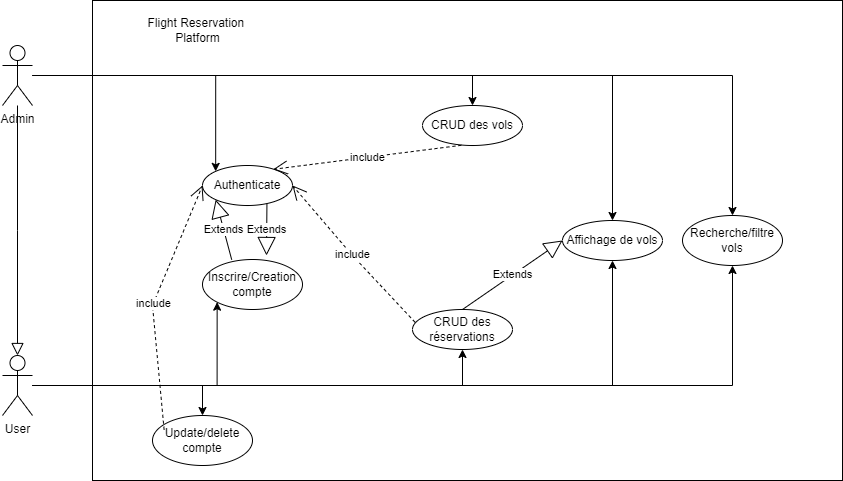
mehdilagdimi/Flight-Resevation-Platform keeps this draw.io diagram as UML Conception/Use case diagram.png. Above is the earlier version. Source tidied: cells renumbered, new cells last; positions are measured from the earlier drawing's top-left corner, leaving out a move shared by most shapes. The source it was exported from:
```xml
<mxGraphModel>
  <root>
    <mxCell id="0" />
    <mxCell id="1" parent="0" />
    <mxCell id="2" style="rounded=0;whiteSpace=wrap;html=1;flipH=1;flipV=0;" parent="1" vertex="1">
      <mxGeometry x="90" width="750" height="480" as="geometry" />
    </mxCell>
    <mxCell id="3" style="edgeStyle=orthogonalEdgeStyle;rounded=0;jettySize=auto;html=1;entryX=0;entryY=0;entryDx=0;entryDy=0;" parent="1" edge="1" source="7" target="14">
      <mxGeometry relative="1" as="geometry" />
    </mxCell>
    <mxCell id="4" style="edgeStyle=orthogonalEdgeStyle;rounded=0;jettySize=auto;html=1;entryX=0.5;entryY=0;entryDx=0;entryDy=0;" parent="1" edge="1" source="7" target="15">
      <mxGeometry relative="1" as="geometry" />
    </mxCell>
    <mxCell id="5" style="edgeStyle=orthogonalEdgeStyle;rounded=0;jettySize=auto;html=1;entryX=0.5;entryY=0;entryDx=0;entryDy=0;" parent="1" edge="1" source="7" target="18">
      <mxGeometry relative="1" as="geometry" />
    </mxCell>
    <mxCell id="6" style="edgeStyle=orthogonalEdgeStyle;rounded=0;jettySize=auto;html=1;" parent="1" edge="1" source="7" target="19">
      <mxGeometry relative="1" as="geometry" />
    </mxCell>
    <mxCell id="7" value="Admin&lt;br&gt;" style="shape=umlActor;verticalLabelPosition=bottom;verticalAlign=top;html=1;outlineConnect=0;" parent="1" vertex="1">
      <mxGeometry y="45" width="30" height="60" as="geometry" />
    </mxCell>
    <mxCell id="8" style="edgeStyle=orthogonalEdgeStyle;rounded=0;jettySize=auto;html=1;entryX=0;entryY=1;entryDx=0;entryDy=0;" parent="1" edge="1" source="13" target="16">
      <mxGeometry relative="1" as="geometry" />
    </mxCell>
    <mxCell id="9" style="edgeStyle=orthogonalEdgeStyle;rounded=0;jettySize=auto;html=1;entryX=0.5;entryY=1;entryDx=0;entryDy=0;" parent="1" edge="1" source="13" target="17">
      <mxGeometry relative="1" as="geometry" />
    </mxCell>
    <mxCell id="10" style="edgeStyle=orthogonalEdgeStyle;rounded=0;jettySize=auto;html=1;entryX=0.5;entryY=1;entryDx=0;entryDy=0;" parent="1" edge="1" source="13" target="18">
      <mxGeometry relative="1" as="geometry" />
    </mxCell>
    <mxCell id="11" style="edgeStyle=orthogonalEdgeStyle;rounded=0;jettySize=auto;html=1;entryX=0.5;entryY=1;entryDx=0;entryDy=0;" parent="1" edge="1" source="13" target="19">
      <mxGeometry relative="1" as="geometry" />
    </mxCell>
    <mxCell id="12" style="edgeStyle=orthogonalEdgeStyle;rounded=0;jettySize=auto;html=1;entryX=0.5;entryY=0;entryDx=0;entryDy=0;" parent="1" edge="1" source="13" target="20">
      <mxGeometry relative="1" as="geometry" />
    </mxCell>
    <mxCell id="13" value="User" style="shape=umlActor;verticalLabelPosition=bottom;verticalAlign=top;html=1;outlineConnect=0;" parent="1" vertex="1">
      <mxGeometry y="355" width="30" height="60" as="geometry" />
    </mxCell>
    <mxCell id="14" value="Authenticate" style="ellipse;whiteSpace=wrap;html=1;align=center;" parent="1" vertex="1">
      <mxGeometry x="200" y="165" width="90" height="40" as="geometry" />
    </mxCell>
    <mxCell id="15" value="CRUD des vols" style="ellipse;whiteSpace=wrap;html=1;align=center;" parent="1" vertex="1">
      <mxGeometry x="420" y="105" width="100" height="40" as="geometry" />
    </mxCell>
    <mxCell id="16" value="Inscrire/Creation compte" style="ellipse;whiteSpace=wrap;html=1;align=center;" parent="1" vertex="1">
      <mxGeometry x="200" y="259" width="100" height="50" as="geometry" />
    </mxCell>
    <mxCell id="17" value="CRUD des réservations" style="ellipse;whiteSpace=wrap;html=1;align=center;" parent="1" vertex="1">
      <mxGeometry x="410" y="309" width="100" height="40" as="geometry" />
    </mxCell>
    <mxCell id="18" value="Affichage de vols" style="ellipse;whiteSpace=wrap;html=1;align=center;" parent="1" vertex="1">
      <mxGeometry x="560" y="220" width="100" height="40" as="geometry" />
    </mxCell>
    <mxCell id="19" value="Recherche/filtre vols" style="ellipse;whiteSpace=wrap;html=1;align=center;" parent="1" vertex="1">
      <mxGeometry x="680" y="215" width="100" height="50" as="geometry" />
    </mxCell>
    <mxCell id="20" value="Update/delete compte" style="ellipse;whiteSpace=wrap;html=1;align=center;" parent="1" vertex="1">
      <mxGeometry x="150" y="415" width="100" height="50" as="geometry" />
    </mxCell>
    <mxCell id="21" value="Flight Reservation &lt;br&gt;Platform" style="text;html=1;align=center;verticalAlign=middle;fillColor=none;strokeColor=none;rounded=0;" parent="1" vertex="1">
      <mxGeometry x="140" y="15" width="110" height="30" as="geometry" />
    </mxCell>
    <mxCell id="22" style="endArrow=block;endSize=10;endFill=0;shadow=0;strokeWidth=1;rounded=0;edgeStyle=elbowEdgeStyle;elbow=vertical;entryX=0.5;entryY=0;entryDx=0;entryDy=0;entryPerimeter=0;" parent="1" edge="1" source="7" target="13">
      <mxGeometry relative="1" as="geometry" />
    </mxCell>
    <mxCell id="23" value="Extends" style="endArrow=block;endSize=16;endFill=0;html=1;rounded=0;exitX=0.5;exitY=0;exitDx=0;exitDy=0;entryX=0;entryY=0.5;entryDx=0;entryDy=0;" parent="1" edge="1" source="17" target="18">
      <mxGeometry relative="1" as="geometry" />
    </mxCell>
    <mxCell id="24" value="Extends" style="endArrow=block;endSize=16;endFill=0;html=1;rounded=0;entryX=0;entryY=1;entryDx=0;entryDy=0;exitX=0.292;exitY=0.004;exitDx=0;exitDy=0;exitPerimeter=0;" parent="1" edge="1" source="16" target="14">
      <mxGeometry relative="1" as="geometry" />
    </mxCell>
    <mxCell id="25" value="include" style="endArrow=open;endSize=12;dashed=1;html=1;rounded=0;exitX=0.024;exitY=0.315;exitDx=0;exitDy=0;exitPerimeter=0;entryX=1;entryY=0.5;entryDx=0;entryDy=0;" parent="1" edge="1" source="17" target="14">
      <mxGeometry relative="1" as="geometry">
        <Array as="points">
          <mxPoint x="350" y="255" />
        </Array>
      </mxGeometry>
    </mxCell>
    <mxCell id="26" value="Extends" style="endArrow=block;endSize=16;endFill=0;html=1;rounded=0;exitX=0.716;exitY=0.955;exitDx=0;exitDy=0;exitPerimeter=0;" parent="1" edge="1" source="14">
      <mxGeometry relative="1" as="geometry">
        <mxPoint x="264" y="255" as="targetPoint" />
      </mxGeometry>
    </mxCell>
    <mxCell id="27" value="include" style="endArrow=open;endSize=12;dashed=1;html=1;rounded=0;exitX=0.388;exitY=0.995;exitDx=0;exitDy=0;exitPerimeter=0;entryX=0.787;entryY=0.095;entryDx=0;entryDy=0;entryPerimeter=0;" parent="1" edge="1" source="15" target="14">
      <mxGeometry relative="1" as="geometry" />
    </mxCell>
    <mxCell id="28" value="include" style="endArrow=open;endSize=12;dashed=1;html=1;rounded=0;exitX=0.116;exitY=0.284;exitDx=0;exitDy=0;exitPerimeter=0;entryX=0;entryY=0.5;entryDx=0;entryDy=0;" parent="1" edge="1" source="20" target="14">
      <mxGeometry relative="1" as="geometry">
        <Array as="points">
          <mxPoint x="150" y="305" />
        </Array>
      </mxGeometry>
    </mxCell>
  </root>
</mxGraphModel>
```
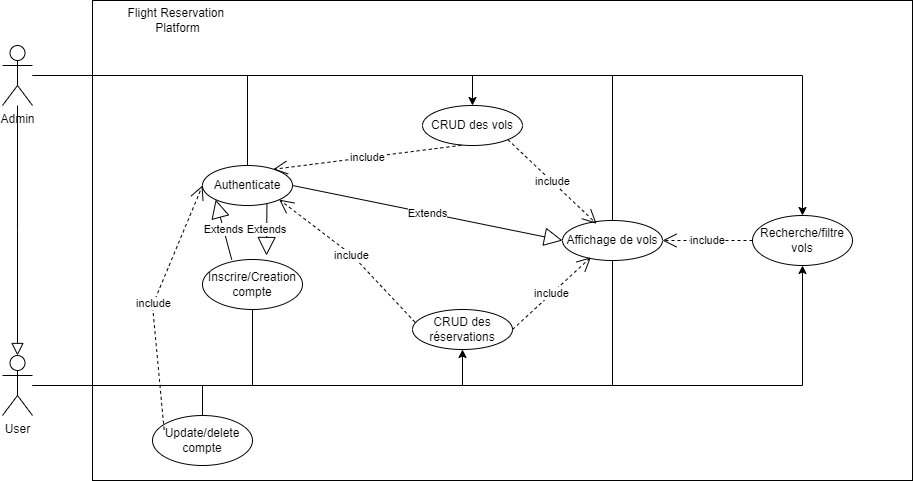
The same diagram one commit later.

Diff of the diagram source:
```diff
@@ -3,38 +3,23 @@
     <mxCell id="0" />
     <mxCell id="1" parent="0" />
     <mxCell id="2" style="rounded=0;whiteSpace=wrap;html=1;flipH=1;flipV=0;" parent="1" vertex="1">
-      <mxGeometry x="90" width="750" height="480" as="geometry" />
+      <mxGeometry x="90" width="820" height="480" as="geometry" />
     </mxCell>
-    <mxCell id="3" style="edgeStyle=orthogonalEdgeStyle;rounded=0;jettySize=auto;html=1;entryX=0;entryY=0;entryDx=0;entryDy=0;" parent="1" edge="1" source="7" target="14">
-      <mxGeometry relative="1" as="geometry" />
-    </mxCell>
     <mxCell id="4" style="edgeStyle=orthogonalEdgeStyle;rounded=0;jettySize=auto;html=1;entryX=0.5;entryY=0;entryDx=0;entryDy=0;" parent="1" edge="1" source="7" target="15">
       <mxGeometry relative="1" as="geometry" />
     </mxCell>
-    <mxCell id="5" style="edgeStyle=orthogonalEdgeStyle;rounded=0;jettySize=auto;html=1;entryX=0.5;entryY=0;entryDx=0;entryDy=0;" parent="1" edge="1" source="7" target="18">
-      <mxGeometry relative="1" as="geometry" />
-    </mxCell>
     <mxCell id="6" style="edgeStyle=orthogonalEdgeStyle;rounded=0;jettySize=auto;html=1;" parent="1" edge="1" source="7" target="19">
       <mxGeometry relative="1" as="geometry" />
     </mxCell>
     <mxCell id="7" value="Admin&lt;br&gt;" style="shape=umlActor;verticalLabelPosition=bottom;verticalAlign=top;html=1;outlineConnect=0;" parent="1" vertex="1">
       <mxGeometry y="45" width="30" height="60" as="geometry" />
     </mxCell>
-    <mxCell id="8" style="edgeStyle=orthogonalEdgeStyle;rounded=0;jettySize=auto;html=1;entryX=0;entryY=1;entryDx=0;entryDy=0;" parent="1" edge="1" source="13" target="16">
-      <mxGeometry relative="1" as="geometry" />
-    </mxCell>
     <mxCell id="9" style="edgeStyle=orthogonalEdgeStyle;rounded=0;jettySize=auto;html=1;entryX=0.5;entryY=1;entryDx=0;entryDy=0;" parent="1" edge="1" source="13" target="17">
       <mxGeometry relative="1" as="geometry" />
     </mxCell>
-    <mxCell id="10" style="edgeStyle=orthogonalEdgeStyle;rounded=0;jettySize=auto;html=1;entryX=0.5;entryY=1;entryDx=0;entryDy=0;" parent="1" edge="1" source="13" target="18">
-      <mxGeometry relative="1" as="geometry" />
-    </mxCell>
     <mxCell id="11" style="edgeStyle=orthogonalEdgeStyle;rounded=0;jettySize=auto;html=1;entryX=0.5;entryY=1;entryDx=0;entryDy=0;" parent="1" edge="1" source="13" target="19">
       <mxGeometry relative="1" as="geometry" />
     </mxCell>
-    <mxCell id="12" style="edgeStyle=orthogonalEdgeStyle;rounded=0;jettySize=auto;html=1;entryX=0.5;entryY=0;entryDx=0;entryDy=0;" parent="1" edge="1" source="13" target="20">
-      <mxGeometry relative="1" as="geometry" />
-    </mxCell>
     <mxCell id="13" value="User" style="shape=umlActor;verticalLabelPosition=bottom;verticalAlign=top;html=1;outlineConnect=0;" parent="1" vertex="1">
       <mxGeometry y="355" width="30" height="60" as="geometry" />
     </mxCell>
@@ -54,24 +39,21 @@
       <mxGeometry x="560" y="220" width="100" height="40" as="geometry" />
     </mxCell>
     <mxCell id="19" value="Recherche/filtre vols" style="ellipse;whiteSpace=wrap;html=1;align=center;" parent="1" vertex="1">
-      <mxGeometry x="680" y="215" width="100" height="50" as="geometry" />
+      <mxGeometry x="750" y="215" width="100" height="50" as="geometry" />
     </mxCell>
     <mxCell id="20" value="Update/delete compte" style="ellipse;whiteSpace=wrap;html=1;align=center;" parent="1" vertex="1">
       <mxGeometry x="150" y="415" width="100" height="50" as="geometry" />
     </mxCell>
     <mxCell id="21" value="Flight Reservation &lt;br&gt;Platform" style="text;html=1;align=center;verticalAlign=middle;fillColor=none;strokeColor=none;rounded=0;" parent="1" vertex="1">
-      <mxGeometry x="140" y="15" width="110" height="30" as="geometry" />
+      <mxGeometry x="120" y="5" width="110" height="30" as="geometry" />
     </mxCell>
     <mxCell id="22" style="endArrow=block;endSize=10;endFill=0;shadow=0;strokeWidth=1;rounded=0;edgeStyle=elbowEdgeStyle;elbow=vertical;entryX=0.5;entryY=0;entryDx=0;entryDy=0;entryPerimeter=0;" parent="1" edge="1" source="7" target="13">
       <mxGeometry relative="1" as="geometry" />
     </mxCell>
-    <mxCell id="23" value="Extends" style="endArrow=block;endSize=16;endFill=0;html=1;rounded=0;exitX=0.5;exitY=0;exitDx=0;exitDy=0;entryX=0;entryY=0.5;entryDx=0;entryDy=0;" parent="1" edge="1" source="17" target="18">
-      <mxGeometry relative="1" as="geometry" />
-    </mxCell>
     <mxCell id="24" value="Extends" style="endArrow=block;endSize=16;endFill=0;html=1;rounded=0;entryX=0;entryY=1;entryDx=0;entryDy=0;exitX=0.292;exitY=0.004;exitDx=0;exitDy=0;exitPerimeter=0;" parent="1" edge="1" source="16" target="14">
       <mxGeometry relative="1" as="geometry" />
     </mxCell>
-    <mxCell id="25" value="include" style="endArrow=open;endSize=12;dashed=1;html=1;rounded=0;exitX=0.024;exitY=0.315;exitDx=0;exitDy=0;exitPerimeter=0;entryX=1;entryY=0.5;entryDx=0;entryDy=0;" parent="1" edge="1" source="17" target="14">
+    <mxCell id="25" value="include" style="endArrow=open;endSize=12;dashed=1;html=1;rounded=0;exitX=0.024;exitY=0.315;exitDx=0;exitDy=0;exitPerimeter=0;entryX=1;entryY=1;entryDx=0;entryDy=0;" parent="1" edge="1" source="17" target="14">
       <mxGeometry relative="1" as="geometry">
         <Array as="points">
           <mxPoint x="350" y="255" />
@@ -93,5 +75,42 @@
         </Array>
       </mxGeometry>
     </mxCell>
+    <mxCell id="29" style="endArrow=none;html=1;rounded=0;exitX=0.5;exitY=0;exitDx=0;exitDy=0;" parent="1" edge="1" source="14">
+      <mxGeometry relative="1" as="geometry">
+        <mxPoint x="245" y="75" as="targetPoint" />
+      </mxGeometry>
+    </mxCell>
+    <mxCell id="30" style="endArrow=none;html=1;rounded=0;entryX=0.5;entryY=1;entryDx=0;entryDy=0;" parent="1" edge="1" target="16">
+      <mxGeometry relative="1" as="geometry">
+        <mxPoint x="250" y="385" as="sourcePoint" />
+      </mxGeometry>
+    </mxCell>
+    <mxCell id="31" style="endArrow=none;html=1;rounded=0;exitX=0.5;exitY=0;exitDx=0;exitDy=0;" parent="1" edge="1" source="20">
+      <mxGeometry relative="1" as="geometry">
+        <mxPoint x="200" y="385" as="targetPoint" />
+      </mxGeometry>
+    </mxCell>
+    <mxCell id="32" style="endArrow=none;html=1;rounded=0;exitX=0.5;exitY=0;exitDx=0;exitDy=0;" parent="1" edge="1" source="18">
+      <mxGeometry relative="1" as="geometry">
+        <mxPoint x="610" y="75" as="targetPoint" />
+      </mxGeometry>
+    </mxCell>
+    <mxCell id="33" style="endArrow=none;html=1;rounded=0;entryX=0.5;entryY=1;entryDx=0;entryDy=0;" parent="1" edge="1" target="18">
+      <mxGeometry relative="1" as="geometry">
+        <mxPoint x="610" y="385" as="sourcePoint" />
+      </mxGeometry>
+    </mxCell>
+    <mxCell id="34" value="include" style="endArrow=open;endSize=12;dashed=1;html=1;rounded=0;exitX=0;exitY=0.5;exitDx=0;exitDy=0;entryX=1;entryY=0.5;entryDx=0;entryDy=0;" parent="1" edge="1" source="19" target="18">
+      <mxGeometry relative="1" as="geometry" />
+    </mxCell>
+    <mxCell id="23" value="Extends" style="endArrow=block;endSize=16;endFill=0;html=1;rounded=0;exitX=1;exitY=0.5;exitDx=0;exitDy=0;entryX=0;entryY=0.5;entryDx=0;entryDy=0;" parent="1" edge="1" source="14" target="18">
+      <mxGeometry relative="1" as="geometry" />
+    </mxCell>
+    <mxCell id="35" value="include" style="endArrow=open;endSize=12;dashed=1;html=1;rounded=0;exitX=1;exitY=1;exitDx=0;exitDy=0;entryX=0.34;entryY=0.08;entryDx=0;entryDy=0;entryPerimeter=0;" parent="1" edge="1" source="15" target="18">
+      <mxGeometry relative="1" as="geometry" />
+    </mxCell>
+    <mxCell id="36" value="include" style="endArrow=open;endSize=12;dashed=1;html=1;rounded=0;exitX=1;exitY=0.5;exitDx=0;exitDy=0;entryX=0.284;entryY=0.92;entryDx=0;entryDy=0;entryPerimeter=0;" parent="1" edge="1" source="17" target="18">
+      <mxGeometry relative="1" as="geometry" />
+    </mxCell>
   </root>
 </mxGraphModel>
```
